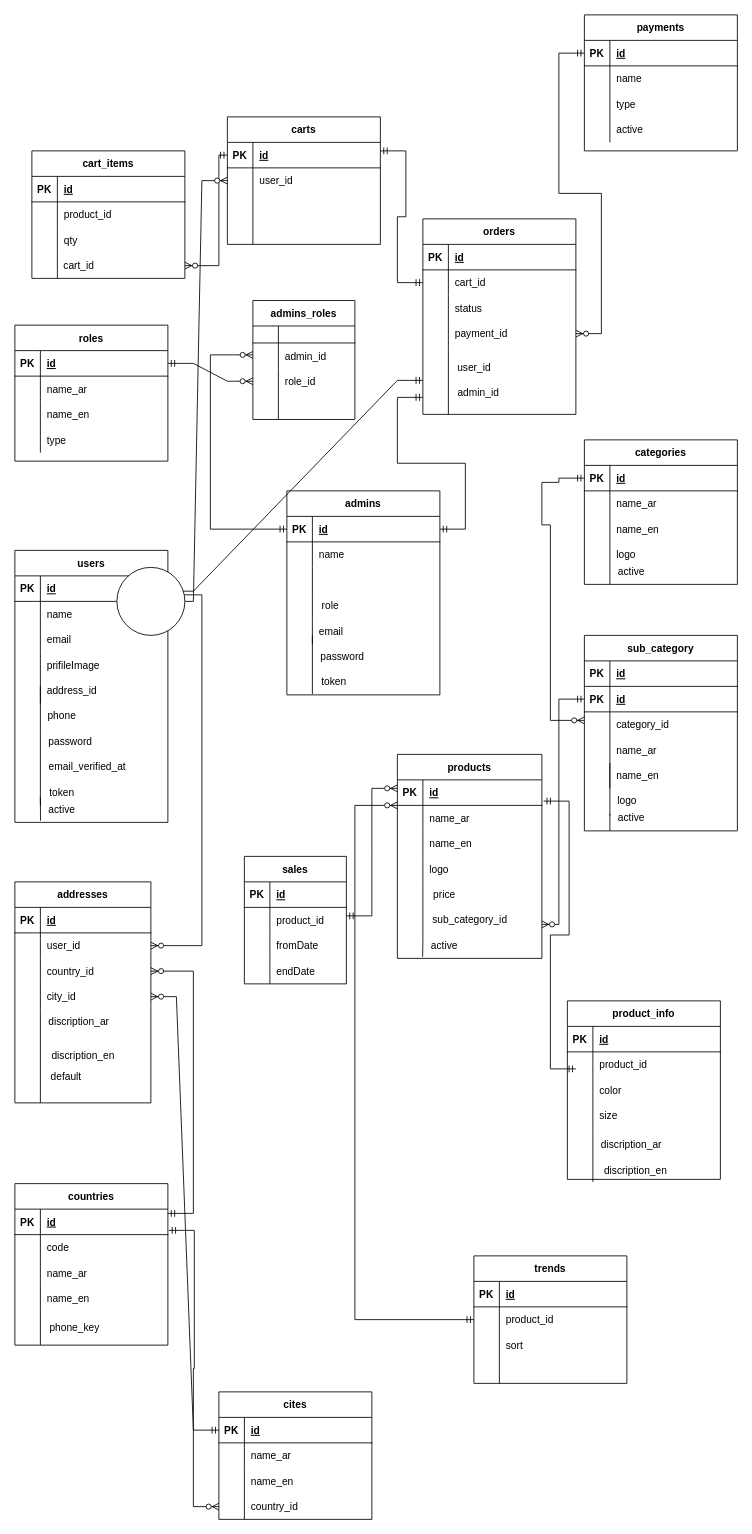
Before: blackpearl.drawio in MohammedRasol/blackPearl, a draw.io diagram. Source tidied: cells renumbered, new cells numbered last; positions are measured from the earlier drawing's top-left corner, leaving out a move shared by most shapes. Both pictures are drawn from the tidied source at 85%, with x=0, y=0 at pixel (14, 14).
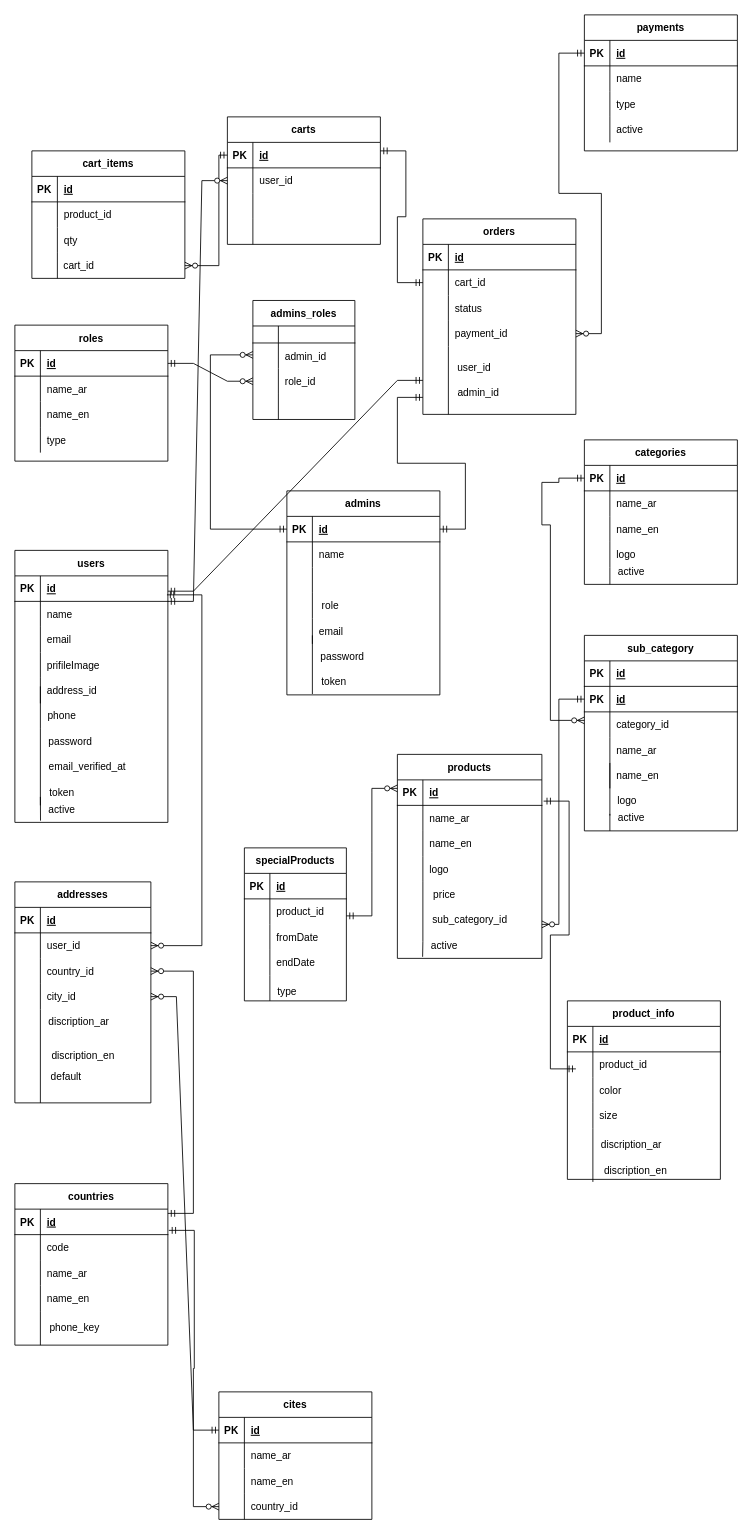
The same page after the edit.

Unchanged cells that the change refers to:
```xml
<mxCell id="61" style="shape=tableRow;horizontal=0;startSize=0;swimlaneHead=0;swimlaneBody=0;fillColor=none;points=[[0,0.5],[1,0.5]];portConstraint=eastwest;top=0;left=0;right=0;bottom=0;" parent="57" vertex="1">
  <mxGeometry y="60" width="170" height="30" as="geometry" />
</mxCell>
```

Diff of the diagram source:
```diff
@@
-    <mxCell id="159" value="trends" style="shape=table;startSize=30;childLayout=tableLayout;rowLines=0;fontStyle=1;align=center;" parent="1" vertex="1">
-      <mxGeometry x="540" y="1460" width="180" height="150" as="geometry" />
-    </mxCell>
-    <mxCell id="160" style="shape=tableRow;horizontal=0;startSize=0;swimlaneHead=0;swimlaneBody=0;fillColor=none;top=0;left=0;right=0;bottom=1;" parent="159" vertex="1">
-      <mxGeometry y="30" width="180" height="30" as="geometry" />
-    </mxCell>
-    <mxCell id="161" value="PK" style="shape=partialRectangle;fillColor=none;top=0;left=0;bottom=0;right=0;fontStyle=1;overflow=hidden;" parent="160" vertex="1">
-      <mxGeometry width="30" height="30" as="geometry" />
-    </mxCell>
-    <mxCell id="162" value="id" style="shape=partialRectangle;fillColor=none;top=0;left=0;bottom=0;right=0;align=left;spacingLeft=6;fontStyle=5;overflow=hidden;" parent="160" vertex="1">
-      <mxGeometry x="30" width="150" height="30" as="geometry" />
-    </mxCell>
-    <mxCell id="163" style="shape=tableRow;horizontal=0;startSize=0;swimlaneHead=0;swimlaneBody=0;fillColor=none;points=[[0,0.5],[1,0.5]];portConstraint=eastwest;top=0;left=0;right=0;bottom=0;" parent="159" vertex="1">
-      <mxGeometry y="60" width="180" height="30" as="geometry" />
-    </mxCell>
-    <mxCell id="164" style="shape=partialRectangle;fillColor=none;top=0;left=0;bottom=0;right=0;overflow=hidden;" parent="163" vertex="1">
-      <mxGeometry width="30" height="30" as="geometry" />
-    </mxCell>
-    <mxCell id="165" value="product_id" style="shape=partialRectangle;fillColor=none;top=0;left=0;bottom=0;right=0;align=left;spacingLeft=6;overflow=hidden;" parent="163" vertex="1">
-      <mxGeometry x="30" width="150" height="30" as="geometry" />
-    </mxCell>
-    <mxCell id="166" style="shape=tableRow;horizontal=0;startSize=0;swimlaneHead=0;swimlaneBody=0;fillColor=none;top=0;left=0;right=0;bottom=0;" parent="159" vertex="1">
-      <mxGeometry y="90" width="180" height="30" as="geometry" />
-    </mxCell>
-    <mxCell id="167" style="shape=partialRectangle;fillColor=none;top=0;left=0;bottom=0;right=0;overflow=hidden;" parent="166" vertex="1">
-      <mxGeometry width="30" height="30" as="geometry" />
-    </mxCell>
-    <mxCell id="168" value="sort" style="shape=partialRectangle;fillColor=none;top=0;left=0;bottom=0;right=0;align=left;spacingLeft=6;overflow=hidden;" parent="166" vertex="1">
-      <mxGeometry x="30" width="150" height="30" as="geometry" />
-    </mxCell>
-    <mxCell id="169" style="shape=tableRow;horizontal=0;startSize=0;swimlaneHead=0;swimlaneBody=0;fillColor=none;top=0;left=0;right=0;bottom=0;" parent="159" vertex="1">
-      <mxGeometry y="120" width="180" height="30" as="geometry" />
-    </mxCell>
-    <mxCell id="170" style="shape=partialRectangle;fillColor=none;top=0;left=0;bottom=0;right=0;overflow=hidden;" parent="169" vertex="1">
-      <mxGeometry width="30" height="30" as="geometry" />
-    </mxCell>
-    <mxCell id="171" style="shape=partialRectangle;fillColor=none;top=0;left=0;bottom=0;right=0;align=left;spacingLeft=6;overflow=hidden;" parent="169" vertex="1">
-      <mxGeometry x="30" width="150" height="30" as="geometry" />
-    </mxCell>
-    <mxCell id="172" style="edgeStyle=orthogonalEdgeStyle;fontSize=12;html=1;endArrow=ERzeroToMany;startArrow=ERmandOne;rounded=0;exitX=0;exitY=0.5;exitDx=0;exitDy=0;entryX=0;entryY=0;entryDx=0;entryDy=0;entryPerimeter=0;" parent="1" edge="1" source="163" target="61">
-      <mxGeometry relative="1" as="geometry">
-        <Array as="points">
-          <mxPoint x="400" y="1535" />
-          <mxPoint x="400" y="930" />
-        </Array>
-      </mxGeometry>
-    </mxCell>
@@
-    <mxCell id="270" value="sales" style="shape=table;startSize=30;childLayout=tableLayout;rowLines=0;fontStyle=1;align=center;" parent="1" vertex="1">
-      <mxGeometry x="270" y="990" width="120" height="150" as="geometry" />
+    <mxCell id="270" value="specialProducts" style="shape=table;startSize=30;childLayout=tableLayout;rowLines=0;fontStyle=1;align=center;" parent="1" vertex="1">
+      <mxGeometry x="270" y="980" width="120" height="180" as="geometry" />
     </mxCell>
@@
-    <mxCell id="284" style="ellipse;whiteSpace=wrap;html=1;" parent="1" vertex="1">
-      <mxGeometry x="120" y="650" width="80" height="80" as="geometry" />
-    </mxCell>
+    <mxCell id="285" value="type" style="text;html=1;align=center;verticalAlign=middle;strokeColor=none;fillColor=none;" parent="1" vertex="1">
+      <mxGeometry x="295" y="1135" width="50" height="30" as="geometry" />
+    </mxCell>
+    <mxCell id="286" style="endArrow=none;html=1;rounded=0;exitX=0.25;exitY=1;exitDx=0;exitDy=0;" parent="1" edge="1" source="270">
+      <mxGeometry relative="1" as="geometry">
+        <mxPoint x="300" y="1130" as="targetPoint" />
+      </mxGeometry>
+    </mxCell>
```
